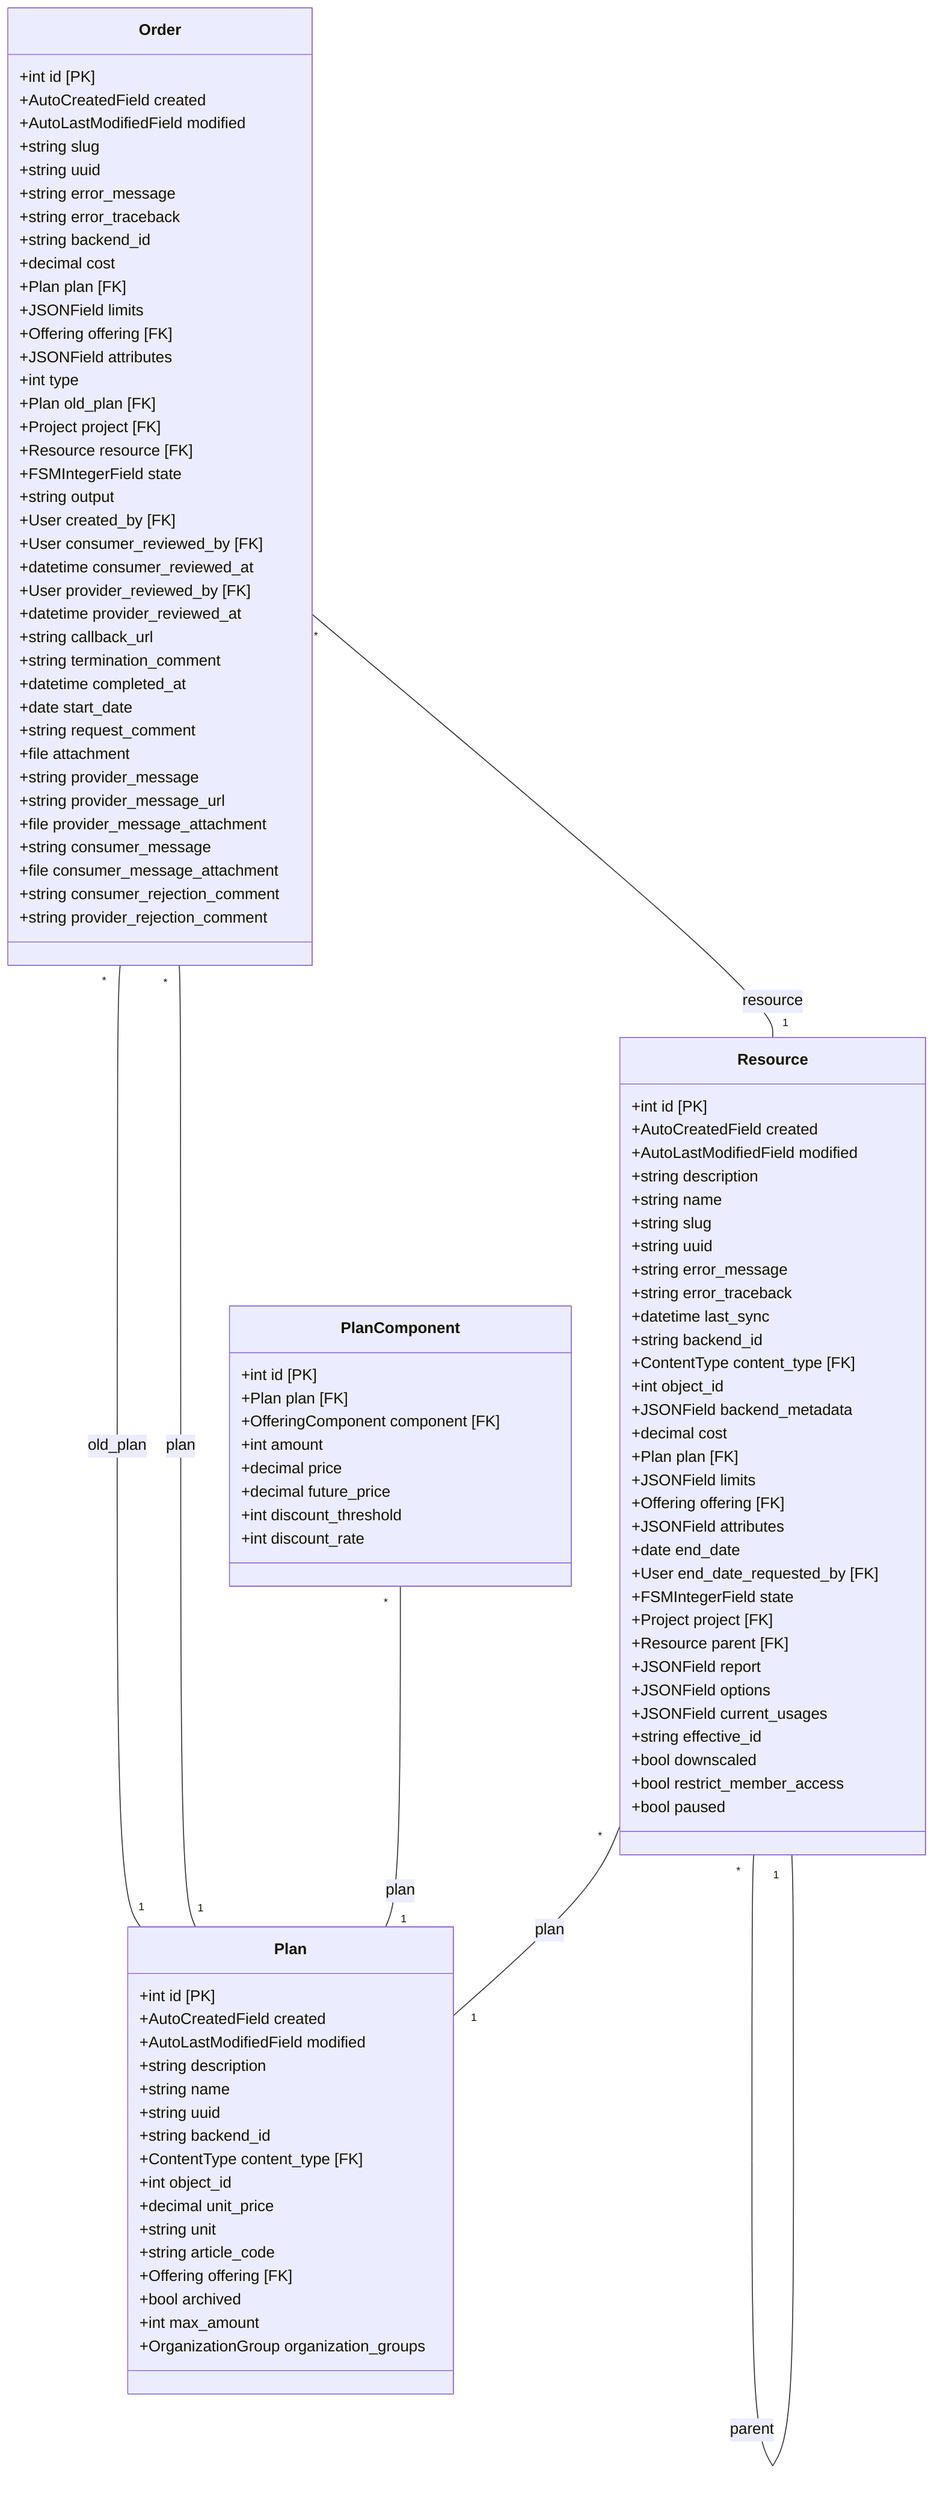
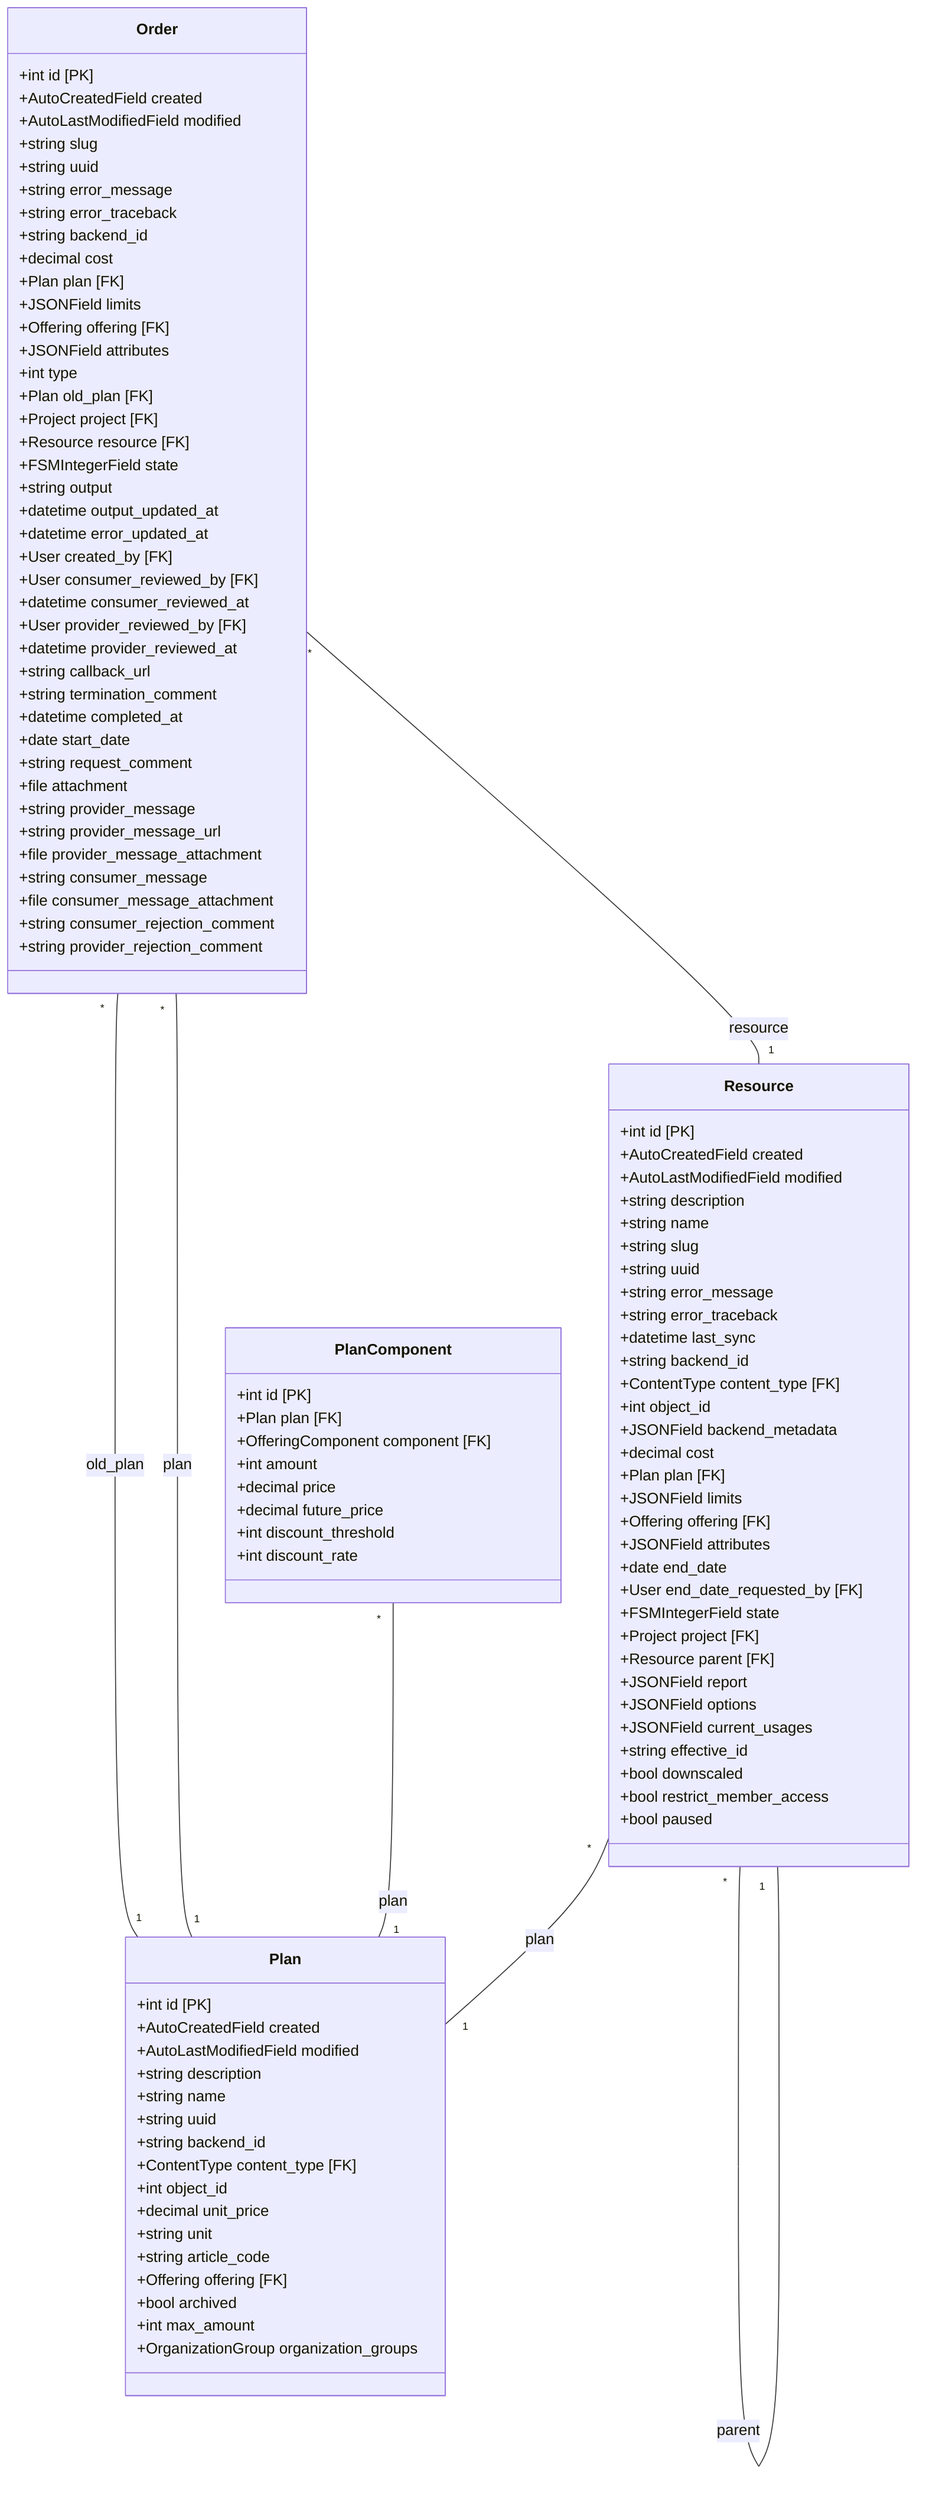
classDiagram
    direction TB
    class Plan {
        +int id [PK]
        +AutoCreatedField created
        +AutoLastModifiedField modified
        +string description
        +string name
        +string uuid
        +string backend_id
        +ContentType content_type [FK]
        +int object_id
        +decimal unit_price
        +string unit
        +string article_code
        +Offering offering [FK]
        +bool archived
        +int max_amount
        +OrganizationGroup organization_groups
    }
    class PlanComponent {
        +int id [PK]
        +Plan plan [FK]
        +OfferingComponent component [FK]
        +int amount
        +decimal price
        +decimal future_price
        +int discount_threshold
        +int discount_rate
    }
    class Resource {
        +int id [PK]
        +AutoCreatedField created
        +AutoLastModifiedField modified
        +string description
        +string name
        +string slug
        +string uuid
        +string error_message
        +string error_traceback
        +datetime last_sync
        +string backend_id
        +ContentType content_type [FK]
        +int object_id
        +JSONField backend_metadata
        +decimal cost
        +Plan plan [FK]
        +JSONField limits
        +Offering offering [FK]
        +JSONField attributes
        +date end_date
        +User end_date_requested_by [FK]
        +FSMIntegerField state
        +Project project [FK]
        +Resource parent [FK]
        +JSONField report
        +JSONField options
        +JSONField current_usages
        +string effective_id
        +bool downscaled
        +bool restrict_member_access
        +bool paused
    }
    class Order {
        +int id [PK]
        +AutoCreatedField created
        +AutoLastModifiedField modified
        +string slug
        +string uuid
        +string error_message
        +string error_traceback
        +string backend_id
        +decimal cost
        +Plan plan [FK]
        +JSONField limits
        +Offering offering [FK]
        +JSONField attributes
        +int type
        +Plan old_plan [FK]
        +Project project [FK]
        +Resource resource [FK]
        +FSMIntegerField state
        +string output
+         +datetime output_updated_at
+         +datetime error_updated_at
        +User created_by [FK]
        +User consumer_reviewed_by [FK]
        +datetime consumer_reviewed_at
        +User provider_reviewed_by [FK]
        +datetime provider_reviewed_at
        +string callback_url
        +string termination_comment
        +datetime completed_at
        +date start_date
        +string request_comment
        +file attachment
        +string provider_message
        +string provider_message_url
        +file provider_message_attachment
        +string consumer_message
        +file consumer_message_attachment
        +string consumer_rejection_comment
        +string provider_rejection_comment
    }
    Order "*" -- "1" Plan : old_plan
    Order "*" -- "1" Plan : plan
    Order "*" -- "1" Resource : resource
    PlanComponent "*" -- "1" Plan : plan
    Resource "*" -- "1" Plan : plan
    Resource "*" -- "1" Resource : parent